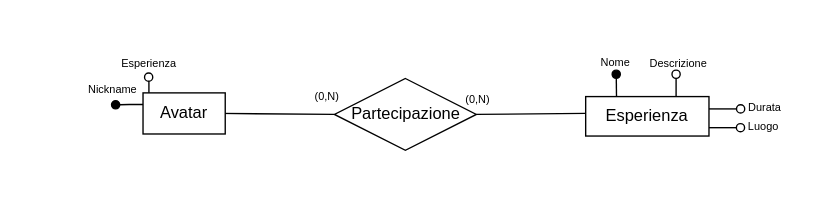
pnocerino/BasiDiDati keeps this draw.io diagram as WP1/Pattern/Relazione Binaria Partecipazione/RelazioneBinariaPartecipazionePrima.drawio. Above is the earlier version. Source tidied: cells renumbered, new cells numbered last; positions are measured from the earlier drawing's top-left corner, leaving out a move shared by most shapes. Both pictures are drawn from the tidied source at 137%, with x=0, y=0 at pixel (92, 47).
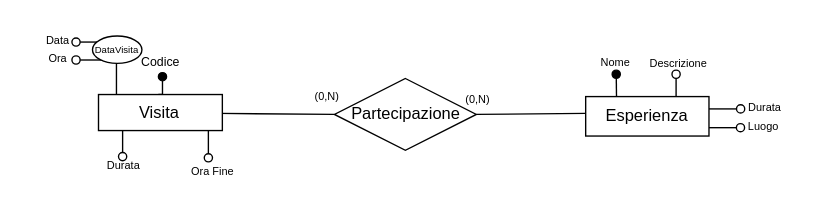
The same page after the edit.

What changed in the source:
```diff
@@
-    <mxCell id="5" value="Avatar" style="whiteSpace=wrap;html=1;align=center;" parent="1" vertex="1">
-      <mxGeometry x="36.9" y="33.3" width="60" height="30" as="geometry" />
-    </mxCell>
-    <mxCell id="6" value="&lt;font style=&quot;font-size: 8px;&quot;&gt;Esperienza&lt;/font&gt;" style="text;html=1;align=center;verticalAlign=middle;whiteSpace=wrap;rounded=1;strokeColor=none;" parent="1" vertex="1">
-      <mxGeometry x="17" y="-0.2" width="49" height="23" as="geometry" />
-    </mxCell>
-    <mxCell id="7" style="edgeStyle=orthogonalEdgeStyle;rounded=0;orthogonalLoop=1;jettySize=auto;html=1;exitX=0;exitY=0.25;exitDx=0;exitDy=0;endArrow=oval;endFill=1;" parent="1" edge="1">
-      <mxGeometry relative="1" as="geometry">
-        <mxPoint x="36.9" y="41.8" as="sourcePoint" />
-        <mxPoint x="16.9" y="42" as="targetPoint" />
-        <Array as="points">
-          <mxPoint x="26.9" y="42" />
-        </Array>
-      </mxGeometry>
-    </mxCell>
-    <mxCell id="8" value="&lt;font style=&quot;font-size: 8px;&quot;&gt;Nickname&lt;/font&gt;" style="text;html=1;align=center;verticalAlign=middle;whiteSpace=wrap;rounded=1;strokeColor=none;" parent="1" vertex="1">
-      <mxGeometry y="18.3" width="30" height="23.5" as="geometry" />
-    </mxCell>
-    <mxCell id="9" style="edgeStyle=orthogonalEdgeStyle;rounded=0;orthogonalLoop=1;jettySize=auto;html=1;exitX=0.152;exitY=-0.053;exitDx=0;exitDy=0;endArrow=oval;endFill=0;exitPerimeter=0;" parent="1" edge="1">
-      <mxGeometry relative="1" as="geometry">
-        <mxPoint x="41.2" y="33.2" as="sourcePoint" />
-        <mxPoint x="41" y="21.8" as="targetPoint" />
-        <Array as="points">
-          <mxPoint x="41.2" y="25.8" />
-        </Array>
-      </mxGeometry>
-    </mxCell>
@@
+    <mxCell id="21" value="&lt;font style=&quot;font-size: 8px;&quot;&gt;Ora&lt;/font&gt;" style="text;html=1;align=center;verticalAlign=middle;whiteSpace=wrap;rounded=1;strokeColor=none;glass=0;" parent="1" vertex="1">
+      <mxGeometry x="-50" y="-0.6" width="50" height="15" as="geometry" />
+    </mxCell>
+    <mxCell id="22" value="&lt;font style=&quot;font-size: 8px;&quot;&gt;Ora Fine&lt;/font&gt;" style="text;html=1;align=center;verticalAlign=middle;whiteSpace=wrap;rounded=1;strokeColor=none;glass=0;" parent="1" vertex="1">
+      <mxGeometry x="66.6" y="80.7" width="42" height="19" as="geometry" />
+    </mxCell>
+    <mxCell id="23" value="&lt;font style=&quot;font-size: 8px;&quot;&gt;Data&lt;/font&gt;" style="text;html=1;align=center;verticalAlign=middle;whiteSpace=wrap;rounded=1;strokeColor=none;glass=0;" parent="1" vertex="1">
+      <mxGeometry x="-50" y="-13.2" width="50" height="15" as="geometry" />
+    </mxCell>
+    <mxCell id="24" style="edgeStyle=orthogonalEdgeStyle;rounded=0;orthogonalLoop=1;jettySize=auto;html=1;exitX=0;exitY=0;exitDx=0;exitDy=0;endArrow=oval;endFill=0;" parent="1" edge="1">
+      <mxGeometry relative="1" as="geometry">
+        <mxPoint x="7.4" y="-3.8" as="sourcePoint" />
+        <mxPoint x="-12" y="-3.8" as="targetPoint" />
+      </mxGeometry>
+    </mxCell>
+    <mxCell id="25" style="edgeStyle=orthogonalEdgeStyle;rounded=0;orthogonalLoop=1;jettySize=auto;html=1;endArrow=oval;endFill=0;" parent="1" edge="1">
+      <mxGeometry relative="1" as="geometry">
+        <mxPoint x="8" y="9.3" as="sourcePoint" />
+        <mxPoint x="-12" y="9.3" as="targetPoint" />
+      </mxGeometry>
+    </mxCell>
+    <mxCell id="26" style="endArrow=none;html=1;rounded=0;entryX=0.551;entryY=1.003;entryDx=0;entryDy=0;entryPerimeter=0;" parent="1" edge="1">
+      <mxGeometry relative="1" as="geometry">
+        <mxPoint x="17.5" y="34.9" as="sourcePoint" />
+        <mxPoint x="17.5" y="11.8" as="targetPoint" />
+      </mxGeometry>
+    </mxCell>
+    <mxCell id="27" value="&lt;p style=&quot;line-height: 110%;&quot;&gt;&lt;font style=&quot;font-size: 7px;&quot;&gt;DataVisita&lt;/font&gt;&lt;/p&gt;" style="ellipse;whiteSpace=wrap;html=1;" parent="1" vertex="1">
+      <mxGeometry y="-8.2" width="36.1" height="20" as="geometry" />
+    </mxCell>
+    <mxCell id="28" style="edgeStyle=orthogonalEdgeStyle;rounded=0;orthogonalLoop=1;jettySize=auto;html=1;exitX=1;exitY=0.5;exitDx=0;exitDy=0;endArrow=oval;endFill=0;" parent="1" edge="1">
+      <mxGeometry relative="1" as="geometry">
+        <mxPoint x="84.4" y="60.7" as="sourcePoint" />
+        <mxPoint x="84.6" y="80.7" as="targetPoint" />
+        <Array as="points">
+          <mxPoint x="84.6" y="80.7" />
+        </Array>
+      </mxGeometry>
+    </mxCell>
+    <mxCell id="29" value="&lt;font style=&quot;font-size: 8px;&quot;&gt;Durata&lt;/font&gt;" style="text;html=1;align=center;verticalAlign=middle;whiteSpace=wrap;rounded=1;strokeColor=none;glass=0;" parent="1" vertex="1">
+      <mxGeometry x="-1.9" y="76.8" width="50" height="17" as="geometry" />
+    </mxCell>
+    <mxCell id="30" style="edgeStyle=orthogonalEdgeStyle;rounded=0;orthogonalLoop=1;jettySize=auto;html=1;exitX=1;exitY=0.5;exitDx=0;exitDy=0;endArrow=oval;endFill=0;" parent="1" edge="1">
+      <mxGeometry relative="1" as="geometry">
+        <mxPoint x="21.6" y="59.4" as="sourcePoint" />
+        <mxPoint x="22" y="79.8" as="targetPoint" />
+        <Array as="points">
+          <mxPoint x="21.6" y="79.4" />
+        </Array>
+      </mxGeometry>
+    </mxCell>
+    <mxCell id="31" style="edgeStyle=orthogonalEdgeStyle;rounded=0;orthogonalLoop=1;jettySize=auto;html=1;exitX=0.25;exitY=0;exitDx=0;exitDy=0;entryX=0.842;entryY=1.009;entryDx=0;entryDy=0;entryPerimeter=0;endArrow=oval;endFill=1;" parent="1" edge="1">
+      <mxGeometry relative="1" as="geometry">
+        <mxPoint x="48.1" y="34.5" as="sourcePoint" />
+        <mxPoint x="51.1" y="21.5" as="targetPoint" />
+      </mxGeometry>
+    </mxCell>
+    <mxCell id="32" value="&lt;font style=&quot;font-size: 9px;&quot;&gt;Codice&lt;/font&gt;" style="text;html=1;align=center;verticalAlign=middle;whiteSpace=wrap;rounded=0;" parent="1" vertex="1">
+      <mxGeometry x="29.6" y="1.8" width="40" height="17.3" as="geometry" />
+    </mxCell>
+    <mxCell id="33" value="Visita" style="whiteSpace=wrap;html=1;align=center;" parent="1" vertex="1">
+      <mxGeometry x="4.4" y="34.5" width="90.4" height="26.3" as="geometry" />
+    </mxCell>
```
